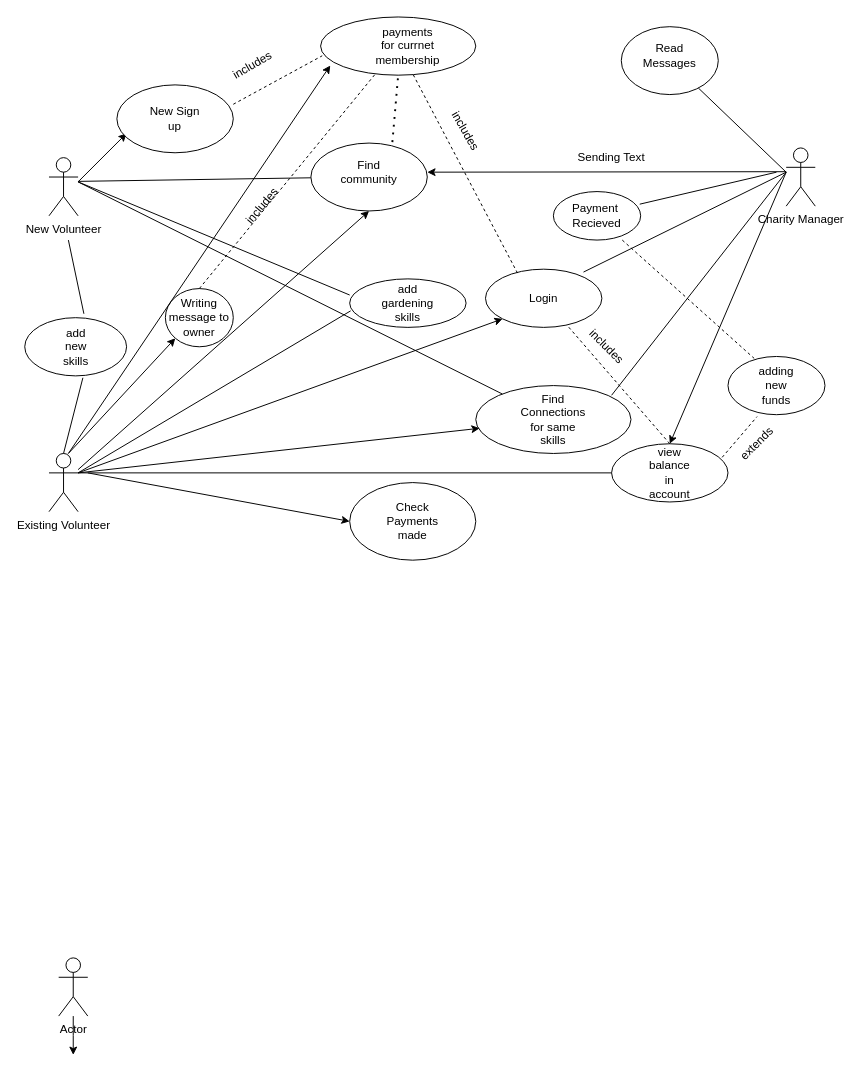
Earlier version of the draw.io diagram Use case diagram.drawio (Shivhari99/Use-case-SET11106-Re-assesment-1). Source tidied: cells renumbered, new cells numbered last; positions are measured from the earlier drawing's top-left corner, leaving out a move shared by most shapes. Both pictures are drawn from the tidied source at 97%, with x=0, y=0 at pixel (24, 16).
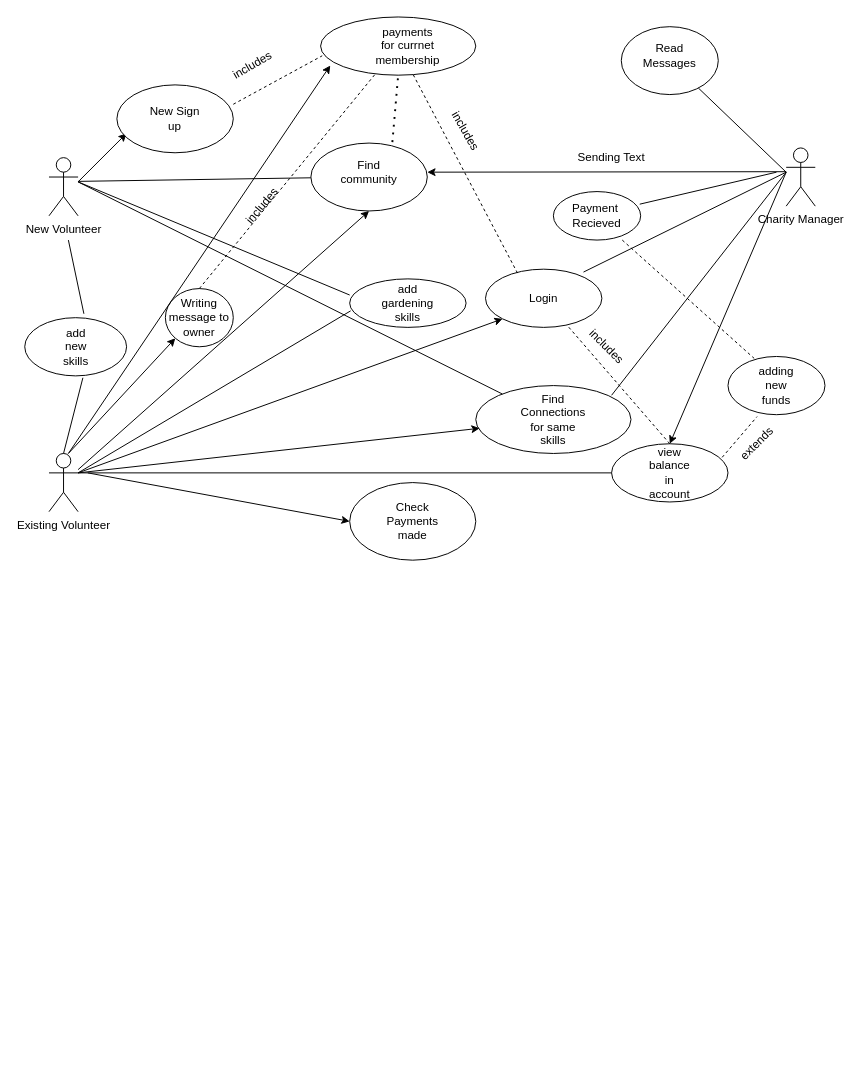
The same page after the edit.

Change to the diagram source:
```diff
@@
-    <mxCell id="2" style="edgeStyle=orthogonalEdgeStyle;rounded=0;jettySize=auto;html=1;" parent="1" edge="1" source="3">
-      <mxGeometry relative="1" as="geometry">
-        <mxPoint x="50" y="1070" as="targetPoint" />
-      </mxGeometry>
-    </mxCell>
-    <mxCell id="3" value="Actor" style="shape=umlActor;verticalLabelPosition=bottom;verticalAlign=top;html=1;outlineConnect=0;" parent="1" vertex="1">
-      <mxGeometry x="35" y="970" width="30" height="60" as="geometry" />
-    </mxCell>
```
